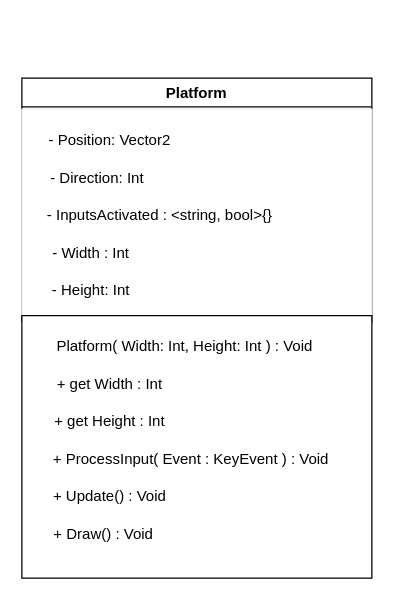
The draw.io diagram The_Game/UML/platform.drawio in IvanMordovets/IT2_uke1_project, before the edit. Source tidied: cells renumbered, new cells numbered last; positions are measured from the earlier drawing's top-left corner, leaving out a move shared by most shapes. Both pictures are drawn from the tidied source at 125%, with x=0, y=0 at pixel (21, 78).
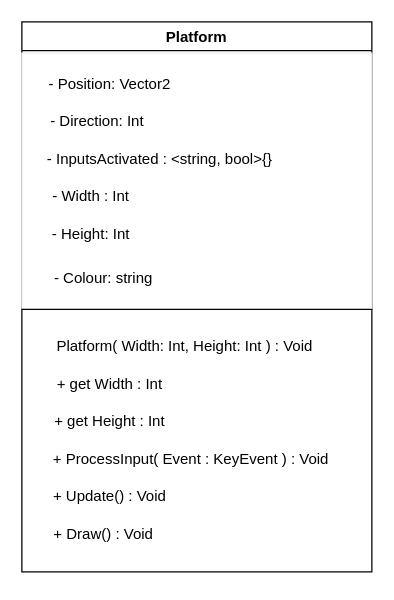
After the change.

Commit message (it also covers changes not shown here):
More changes to Platform Class

The edit, as a diff of the source:
```diff
@@
 <mxGraphModel>
   <root>
     <mxCell id="0" />
     <mxCell id="1" parent="0" />
     <mxCell id="2" value="Platform" style="swimlane;fillColor=#FFFFFF;" parent="1" vertex="1">
-      <mxGeometry width="280" height="195" as="geometry" />
+      <mxGeometry y="-45" width="280" height="230" as="geometry" />
     </mxCell>
     <mxCell id="3" style="whiteSpace=wrap;html=1;strokeColor=#F0F0F0;fillColor=#FFFFFF;" parent="2" vertex="1">
-      <mxGeometry y="25" width="280" height="165" as="geometry" />
+      <mxGeometry y="25" width="280" height="205" as="geometry" />
     </mxCell>
     <mxCell id="4" value="- Position: Vector2&lt;br&gt;" style="text;html=1;align=center;verticalAlign=middle;strokeColor=none;fillColor=#FFFFFF;" parent="2" vertex="1">
       <mxGeometry x="10" y="35" width="120" height="30" as="geometry" />
     </mxCell>
     <mxCell id="5" value="- Direction: Int" style="text;html=1;align=center;verticalAlign=middle;strokeColor=none;fillColor=#FFFFFF;" parent="2" vertex="1">
       <mxGeometry x="10" y="65" width="100" height="30" as="geometry" />
     </mxCell>
     <mxCell id="6" value="- InputsActivated : &amp;lt;string, bool&amp;gt;{}" style="text;html=1;align=center;verticalAlign=middle;strokeColor=none;fillColor=#FFFFFF;" parent="2" vertex="1">
       <mxGeometry x="10" y="95" width="200" height="30" as="geometry" />
     </mxCell>
     <mxCell id="7" value="- Width : Int" style="text;html=1;align=center;verticalAlign=middle;strokeColor=none;fillColor=#FFFFFF;" parent="2" vertex="1">
       <mxGeometry x="15" y="125" width="80" height="30" as="geometry" />
     </mxCell>
     <mxCell id="8" value="- Height: Int" style="text;html=1;align=center;verticalAlign=middle;strokeColor=none;fillColor=#FFFFFF;" parent="2" vertex="1">
       <mxGeometry x="10" y="155" width="90" height="30" as="geometry" />
     </mxCell>
+    <mxCell id="16" value="- Colour: string" style="text;html=1;align=center;verticalAlign=middle;strokeColor=none;fillColor=#FFFFFF;" parent="2" vertex="1">
+      <mxGeometry x="15" y="190" width="100" height="30" as="geometry" />
+    </mxCell>
     <mxCell id="9" style="rounded=0;whiteSpace=wrap;html=1;" parent="1" vertex="1">
-      <mxGeometry y="190" width="280" height="210" as="geometry" />
+      <mxGeometry y="185" width="280" height="210" as="geometry" />
     </mxCell>
     <mxCell id="10" value="Platform( Width: Int, Height: Int ) : Void" style="text;html=1;align=center;verticalAlign=middle;strokeColor=none;fillColor=none;" parent="1" vertex="1">
       <mxGeometry x="15" y="200" width="230" height="30" as="geometry" />
     </mxCell>
     <mxCell id="11" value="+ ProcessInput( Event : KeyEvent ) : Void" style="text;html=1;align=center;verticalAlign=middle;strokeColor=none;fillColor=none;" parent="1" vertex="1">
       <mxGeometry x="15" y="290" width="240" height="30" as="geometry" />
     </mxCell>
     <mxCell id="12" value="+ Update() : Void" style="text;html=1;align=center;verticalAlign=middle;strokeColor=none;fillColor=none;" parent="1" vertex="1">
       <mxGeometry x="15" y="320" width="110" height="30" as="geometry" />
     </mxCell>
     <mxCell id="13" value="+ Draw() : Void" style="text;html=1;align=center;verticalAlign=middle;strokeColor=none;fillColor=none;" parent="1" vertex="1">
       <mxGeometry x="15" y="350" width="100" height="30" as="geometry" />
     </mxCell>
     <mxCell id="14" value="+ get Width : Int" style="text;html=1;align=center;verticalAlign=middle;strokeColor=none;fillColor=none;" parent="1" vertex="1">
       <mxGeometry x="15" y="230" width="110" height="30" as="geometry" />
     </mxCell>
     <mxCell id="15" value="+ get Height : Int" style="text;html=1;align=center;verticalAlign=middle;strokeColor=none;fillColor=none;" parent="1" vertex="1">
       <mxGeometry x="15" y="260" width="110" height="30" as="geometry" />
     </mxCell>
   </root>
 </mxGraphModel>
```
